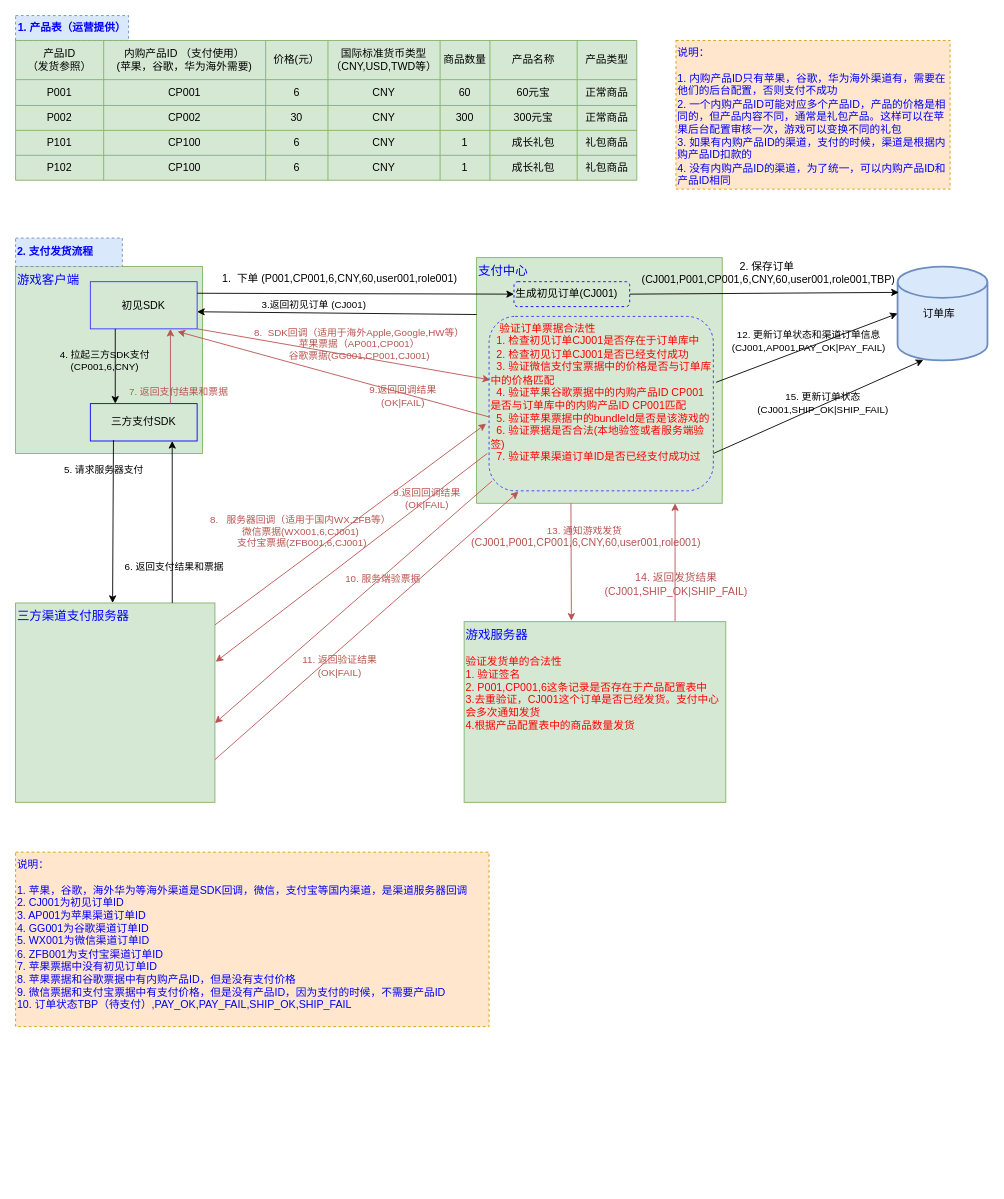
Before: 支付发货流程.drawio in pangqiren/diagram, a draw.io diagram. Source tidied: cells renumbered, new cells numbered last; positions are measured from the earlier drawing's top-left corner, leaving out a move shared by most shapes. Both pictures are drawn from the tidied source at 89%, with x=0, y=0 at pixel (15, 15).
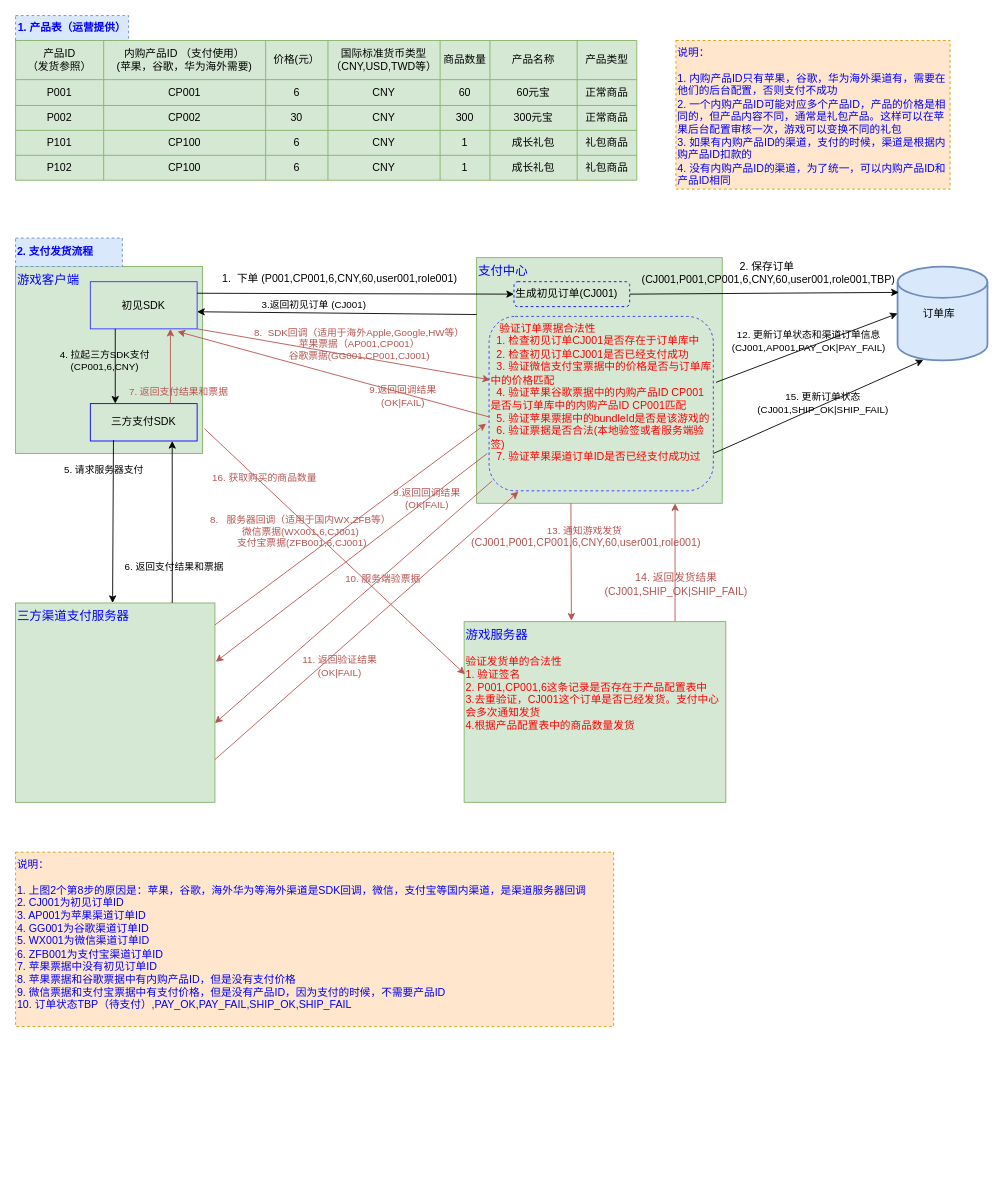
Above is the later version.

Commit message:
Update 支付发货流程.drawio

Unchanged cells that the change refers to:
```xml
<mxCell id="3" value="&lt;font style=&quot;font-size: 14px&quot; color=&quot;#0000ff&quot;&gt;游戏客户端&lt;/font&gt;" style="whiteSpace=wrap;html=1;align=left;labelPosition=center;verticalLabelPosition=middle;verticalAlign=top;fillColor=#d5e8d4;strokeColor=#82b366;" parent="1" vertex="1">
  <mxGeometry y="282" width="210" height="210" as="geometry" />
</mxCell>
<mxCell id="83" value="&lt;font&gt;&lt;font style=&quot;font-size: 14px&quot; color=&quot;#0000ff&quot;&gt;游戏服务器&lt;/font&gt;&lt;br&gt;&lt;br&gt;&lt;font style=&quot;font-size: 12px ; color: rgb(255 , 0 , 0)&quot;&gt;验证发货单的合法性&lt;br&gt;1. 验证签名&lt;br&gt;2. P001,CP001,6这条记录是否存在于产品配置表中&lt;br&gt;3.去重验证，CJ001这个订单是否已经发货。支付中心会多次通知发货&lt;br&gt;&lt;/font&gt;&lt;font color=&quot;#ff0000&quot; style=&quot;font-size: 12px&quot;&gt;4.根据产品配置表中的商品数量发货&lt;/font&gt;&lt;br&gt;&lt;/font&gt;" style="rounded=0;whiteSpace=wrap;html=1;shadow=0;glass=0;comic=0;align=left;fillColor=#d5e8d4;strokeColor=#82b366;verticalAlign=top;" parent="1" vertex="1">
  <mxGeometry x="504" y="681" width="294" height="203" as="geometry" />
</mxCell>
```

What changed in the source:
```diff
@@
-    <mxCell id="80" value="&lt;span style=&quot;color: rgb(0 , 0 , 255)&quot;&gt;说明：&lt;/span&gt;&lt;br style=&quot;color: rgb(0 , 0 , 255)&quot;&gt;&lt;br&gt;&lt;font color=&quot;#0000ff&quot;&gt;1. 苹果，谷歌，海外华为等海外渠道是SDK回调，微信，支付宝等国内渠道，是渠道服务器回调&lt;/font&gt;&lt;br style=&quot;color: rgb(0 , 0 , 255)&quot;&gt;&lt;span style=&quot;color: rgb(0 , 0 , 255)&quot;&gt;2. CJ001为初见订单ID&lt;/span&gt;&lt;br style=&quot;color: rgb(0 , 0 , 255)&quot;&gt;&lt;span style=&quot;color: rgb(0 , 0 , 255)&quot;&gt;3. AP001为苹果渠道订单ID&lt;/span&gt;&lt;br style=&quot;color: rgb(0 , 0 , 255)&quot;&gt;&lt;span style=&quot;color: rgb(0 , 0 , 255)&quot;&gt;4. GG001为谷歌渠道订单ID&lt;/span&gt;&lt;br style=&quot;color: rgb(0 , 0 , 255)&quot;&gt;&lt;span style=&quot;color: rgb(0 , 0 , 255)&quot;&gt;5. WX001为微信渠道订单ID&lt;/span&gt;&lt;br style=&quot;color: rgb(0 , 0 , 255)&quot;&gt;&lt;span style=&quot;color: rgb(0 , 0 , 255)&quot;&gt;6. ZFB001为支付宝渠道订单ID&lt;/span&gt;&lt;br style=&quot;color: rgb(0 , 0 , 255)&quot;&gt;&lt;span style=&quot;color: rgb(0 , 0 , 255)&quot;&gt;7. 苹果票据中没有初见订单ID&lt;/span&gt;&lt;br style=&quot;color: rgb(0 , 0 , 255)&quot;&gt;&lt;span style=&quot;color: rgb(0 , 0 , 255)&quot;&gt;8. 苹果票据和谷歌票据中有内购产品ID，但是没有支付价格&lt;/span&gt;&lt;br style=&quot;color: rgb(0 , 0 , 255)&quot;&gt;&lt;span style=&quot;color: rgb(0 , 0 , 255)&quot;&gt;9. 微信票据和支付宝票据中有支付价格，但是没有产品ID，因为支付的时候，不需要产品ID&lt;/span&gt;&lt;br style=&quot;color: rgb(0 , 0 , 255)&quot;&gt;&lt;span style=&quot;color: rgb(0 , 0 , 255)&quot;&gt;10. 订单状态TBP（待支付）,PAY_OK,PAY_FAIL,SHIP_OK,SHIP_FAIL&lt;/span&gt;" style="rounded=0;whiteSpace=wrap;html=1;shadow=0;glass=0;comic=0;align=left;dashed=1;fillColor=#ffe6cc;strokeColor=#d79b00;verticalAlign=top;" parent="1" vertex="1">
-      <mxGeometry y="940" width="532" height="196" as="geometry" />
+    <mxCell id="80" value="&lt;span style=&quot;color: rgb(0 , 0 , 255)&quot;&gt;说明：&lt;/span&gt;&lt;br style=&quot;color: rgb(0 , 0 , 255)&quot;&gt;&lt;br&gt;&lt;font color=&quot;#0000ff&quot;&gt;1. 上图2个第8步的原因是：苹果，谷歌，海外华为等海外渠道是SDK回调，微信，支付宝等国内渠道，是渠道服务器回调&lt;/font&gt;&lt;br style=&quot;color: rgb(0 , 0 , 255)&quot;&gt;&lt;span style=&quot;color: rgb(0 , 0 , 255)&quot;&gt;2. CJ001为初见订单ID&lt;/span&gt;&lt;br style=&quot;color: rgb(0 , 0 , 255)&quot;&gt;&lt;span style=&quot;color: rgb(0 , 0 , 255)&quot;&gt;3. AP001为苹果渠道订单ID&lt;/span&gt;&lt;br style=&quot;color: rgb(0 , 0 , 255)&quot;&gt;&lt;span style=&quot;color: rgb(0 , 0 , 255)&quot;&gt;4. GG001为谷歌渠道订单ID&lt;/span&gt;&lt;br style=&quot;color: rgb(0 , 0 , 255)&quot;&gt;&lt;span style=&quot;color: rgb(0 , 0 , 255)&quot;&gt;5. WX001为微信渠道订单ID&lt;/span&gt;&lt;br style=&quot;color: rgb(0 , 0 , 255)&quot;&gt;&lt;span style=&quot;color: rgb(0 , 0 , 255)&quot;&gt;6. ZFB001为支付宝渠道订单ID&lt;/span&gt;&lt;br style=&quot;color: rgb(0 , 0 , 255)&quot;&gt;&lt;span style=&quot;color: rgb(0 , 0 , 255)&quot;&gt;7. 苹果票据中没有初见订单ID&lt;/span&gt;&lt;br style=&quot;color: rgb(0 , 0 , 255)&quot;&gt;&lt;span style=&quot;color: rgb(0 , 0 , 255)&quot;&gt;8. 苹果票据和谷歌票据中有内购产品ID，但是没有支付价格&lt;/span&gt;&lt;br style=&quot;color: rgb(0 , 0 , 255)&quot;&gt;&lt;span style=&quot;color: rgb(0 , 0 , 255)&quot;&gt;9. 微信票据和支付宝票据中有支付价格，但是没有产品ID，因为支付的时候，不需要产品ID&lt;/span&gt;&lt;br style=&quot;color: rgb(0 , 0 , 255)&quot;&gt;&lt;span style=&quot;color: rgb(0 , 0 , 255)&quot;&gt;10. 订单状态TBP（待支付）,PAY_OK,PAY_FAIL,SHIP_OK,SHIP_FAIL&lt;/span&gt;" style="rounded=0;whiteSpace=wrap;html=1;shadow=0;glass=0;comic=0;align=left;dashed=1;fillColor=#ffe6cc;strokeColor=#d79b00;verticalAlign=top;" parent="1" vertex="1">
+      <mxGeometry y="940" width="672" height="196" as="geometry" />
     </mxCell>
@@
+    <mxCell id="91" style="endArrow=classic;html=1;exitX=1.01;exitY=0.867;exitDx=0;exitDy=0;exitPerimeter=0;entryX=0.003;entryY=0.291;entryDx=0;entryDy=0;entryPerimeter=0;fillColor=#e1d5e7;strokeColor=#B85450;fontColor=#B85450;labelBackgroundColor=none;" parent="1" edge="1" source="3" target="83">
+      <mxGeometry relative="1" as="geometry" />
+    </mxCell>
+    <mxCell id="92" value="16. 获取购买的商品数量&amp;nbsp;" style="edgeLabel;html=1;align=center;verticalAlign=middle;labelBackgroundColor=none;fontColor=#B85450;" parent="91" vertex="1">
+      <mxGeometry x="0.06" relative="1" as="geometry">
+        <mxPoint x="-86.8" y="-90.9" as="offset" />
+      </mxGeometry>
+    </mxCell>
```
